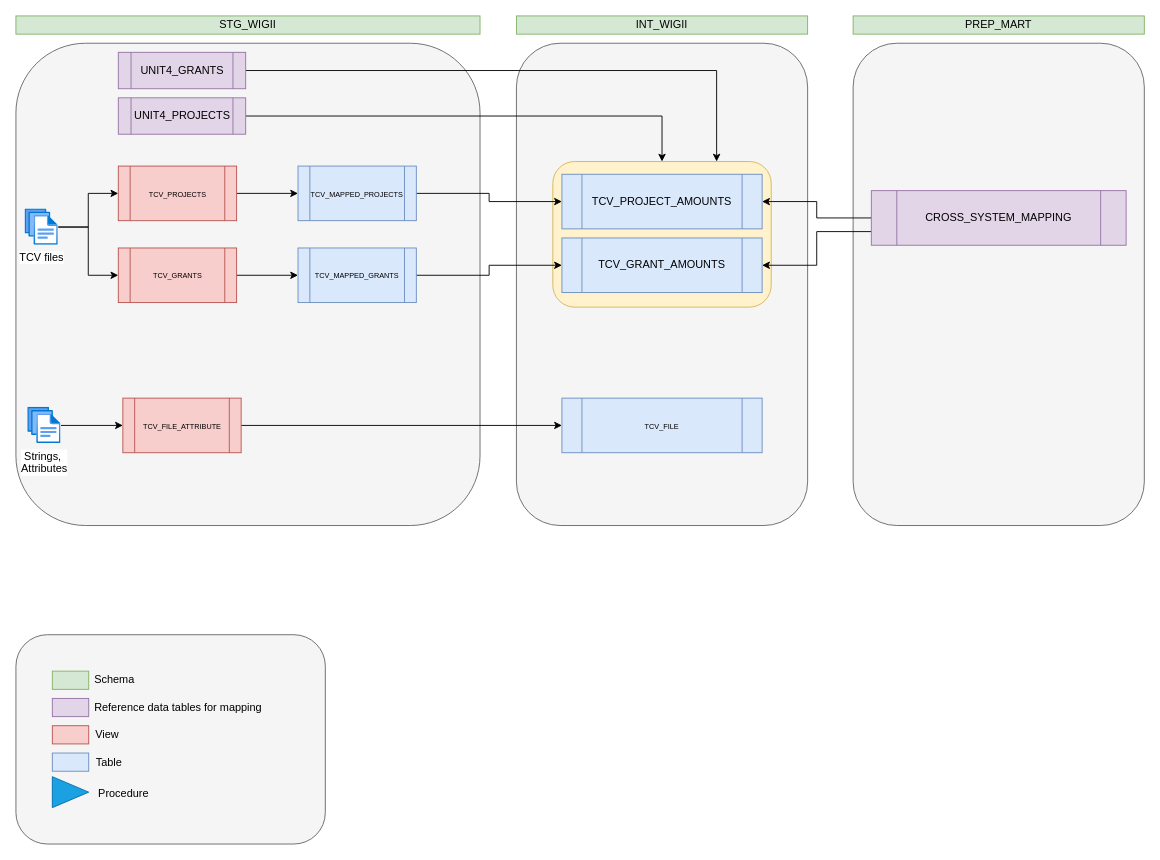
Above: Wigii TCVs data flow.drawio in Medair/drawio (draw.io), before the change. Source tidied: cells renumbered, new cells numbered last; positions are measured from the earlier drawing's top-left corner, leaving out a move shared by most shapes. Both pictures are drawn from the tidied source at 91%, with x=0, y=0 at pixel (15, 15).
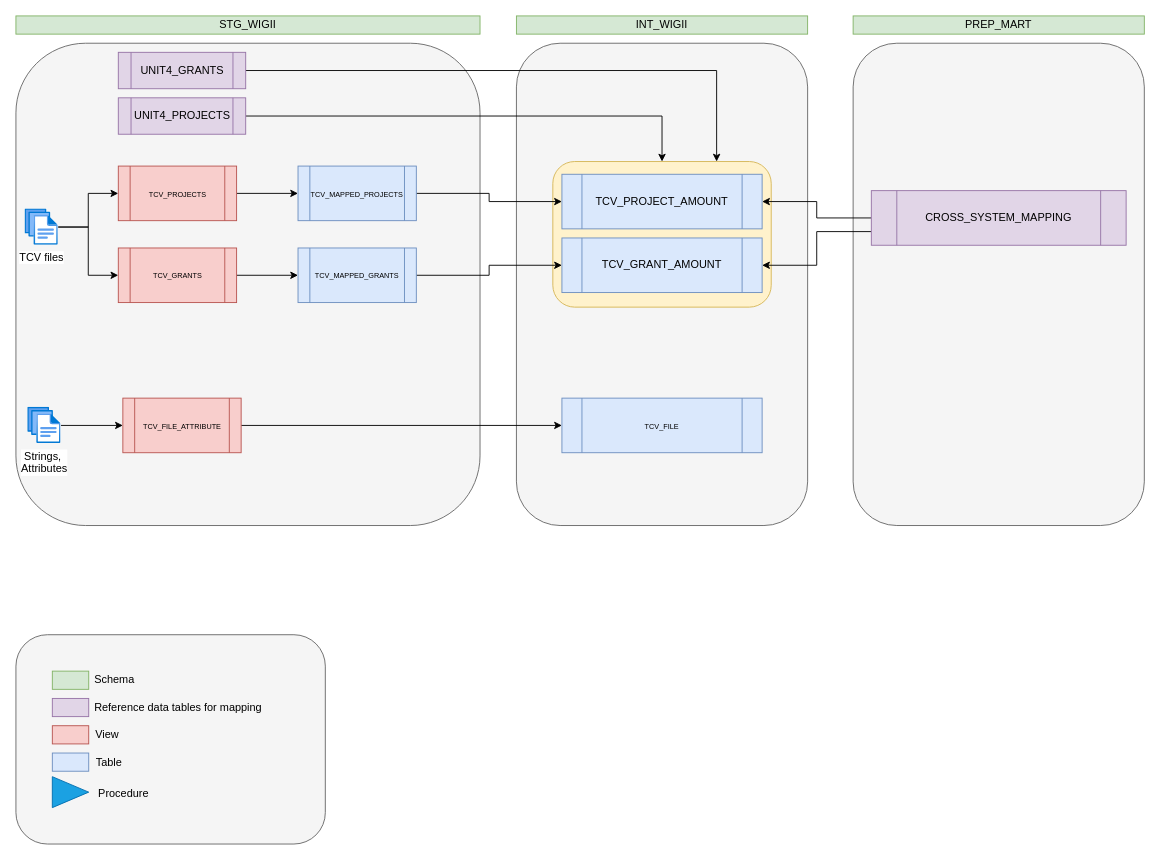
After the change.

The edit, as a diff of the source:
```diff
@@
-    <mxCell id="10" value="TCV_PROJECT_AMOUNTS" style="shape=process;whiteSpace=wrap;html=1;backgroundOutline=1;fillColor=#dae8fc;strokeColor=#6c8ebf;" parent="1" vertex="1">
+    <mxCell id="10" value="TCV_PROJECT_AMOUNT" style="shape=process;whiteSpace=wrap;html=1;backgroundOutline=1;fillColor=#dae8fc;strokeColor=#6c8ebf;" parent="1" vertex="1">
       <mxGeometry x="600" y="174" width="220" height="60" as="geometry" />
     </mxCell>
-    <mxCell id="11" value="TCV_GRANT_AMOUNTS" style="shape=process;whiteSpace=wrap;html=1;backgroundOutline=1;fillColor=#dae8fc;strokeColor=#6c8ebf;" parent="1" vertex="1">
+    <mxCell id="11" value="TCV_GRANT_AMOUNT" style="shape=process;whiteSpace=wrap;html=1;backgroundOutline=1;fillColor=#dae8fc;strokeColor=#6c8ebf;" parent="1" vertex="1">
       <mxGeometry x="600" y="244" width="220" height="60" as="geometry" />
     </mxCell>
```
